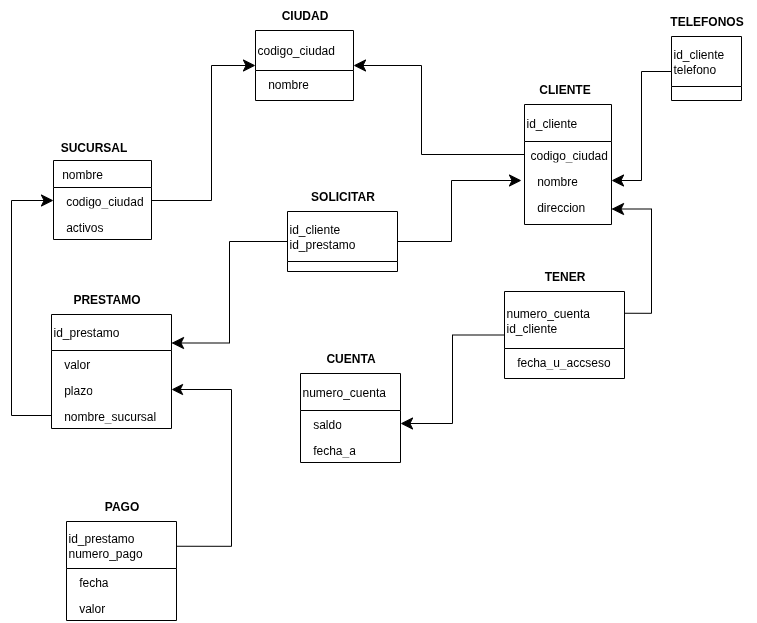
The draw.io diagram proyecto_banco/docs/diagrama_normalizado.png in XhuaShell/base_de_datos_avanzadas, before a commit. Source tidied: cells renumbered, new cells last; positions are measured from the earlier drawing's top-left corner, leaving out a move shared by most shapes. The source it was exported from:
```xml
<mxGraphModel>
  <root>
    <mxCell id="0" />
    <mxCell id="1" parent="0" />
    <mxCell id="2" value="&amp;nbsp; nombre" style="swimlane;fontStyle=0;horizontal=1;startSize=27;fillColor=none;whiteSpace=wrap;html=1;align=left;rounded=0;" parent="1" vertex="1">
      <mxGeometry x="42" y="160" width="98" height="79" as="geometry" />
    </mxCell>
    <mxCell id="3" value="&amp;nbsp; codigo_ciudad" style="text;strokeColor=none;fillColor=none;align=left;verticalAlign=top;spacingLeft=4;spacingRight=4;overflow=hidden;points=[[0,0.5],[1,0.5]];portConstraint=eastwest;whiteSpace=wrap;html=1;rounded=0;" parent="2" vertex="1">
      <mxGeometry y="27" width="98" height="26" as="geometry" />
    </mxCell>
    <mxCell id="4" value="&amp;nbsp; activos" style="text;strokeColor=none;fillColor=none;align=left;verticalAlign=top;spacingLeft=4;spacingRight=4;overflow=hidden;whiteSpace=wrap;html=1;rounded=0;" parent="2" vertex="1">
      <mxGeometry y="53" width="98" height="26" as="geometry" />
    </mxCell>
    <mxCell id="5" value="&lt;b&gt;SUCURSAL&lt;/b&gt;" style="text;html=1;align=center;verticalAlign=middle;strokeColor=none;fillColor=none;rounded=0;" parent="1" vertex="1">
      <mxGeometry x="37" y="132" width="90" height="30" as="geometry" />
    </mxCell>
    <mxCell id="6" value="id_cliente" style="swimlane;fontStyle=0;horizontal=1;startSize=37;fillColor=none;whiteSpace=wrap;html=1;align=left;rounded=0;" parent="1" vertex="1">
      <mxGeometry x="513" y="104" width="87" height="120" as="geometry" />
    </mxCell>
    <mxCell id="7" value="codigo_ciudad" style="text;strokeColor=none;fillColor=none;align=left;verticalAlign=top;spacingLeft=4;spacingRight=4;overflow=hidden;points=[[0,0.5],[1,0.5]];portConstraint=eastwest;whiteSpace=wrap;html=1;rounded=0;" parent="6" vertex="1">
      <mxGeometry y="37" width="87" height="26" as="geometry" />
    </mxCell>
    <mxCell id="8" value="&amp;nbsp; nombre" style="text;strokeColor=none;fillColor=none;align=left;verticalAlign=top;spacingLeft=4;spacingRight=4;overflow=hidden;points=[[0,0.5],[1,0.5]];portConstraint=eastwest;whiteSpace=wrap;html=1;rounded=0;" parent="6" vertex="1">
      <mxGeometry y="63" width="87" height="26" as="geometry" />
    </mxCell>
    <mxCell id="9" value="&amp;nbsp; direccion" style="text;strokeColor=none;fillColor=none;align=left;verticalAlign=top;spacingLeft=4;spacingRight=4;overflow=hidden;points=[[0,0.5],[1,0.5]];portConstraint=eastwest;whiteSpace=wrap;html=1;rounded=0;" parent="6" vertex="1">
      <mxGeometry y="89" width="87" height="31" as="geometry" />
    </mxCell>
    <mxCell id="10" value="&lt;b&gt;CLIENTE&lt;/b&gt;" style="text;html=1;align=center;verticalAlign=middle;strokeColor=none;fillColor=none;rounded=0;" parent="1" vertex="1">
      <mxGeometry x="518" y="74" width="70" height="30" as="geometry" />
    </mxCell>
    <mxCell id="11" style="edgeStyle=orthogonalEdgeStyle;jettySize=auto;html=1;elbow=vertical;arcSize=0;exitX=1;exitY=0.5;exitDx=0;exitDy=0;startArrow=none;startFill=0;endArrow=classic;endFill=1;endSize=10;" parent="1" edge="1" source="12">
      <mxGeometry relative="1" as="geometry">
        <mxPoint x="510" y="180" as="targetPoint" />
        <Array as="points">
          <mxPoint x="440" y="241" />
          <mxPoint x="440" y="180" />
        </Array>
      </mxGeometry>
    </mxCell>
    <mxCell id="12" value="&lt;div&gt;id_cliente&lt;/div&gt;id_prestamo" style="swimlane;fontStyle=0;horizontal=1;startSize=50;fillColor=none;whiteSpace=wrap;html=1;align=left;rounded=0;" parent="1" vertex="1">
      <mxGeometry x="276" y="211" width="110" height="60" as="geometry" />
    </mxCell>
    <mxCell id="13" value="&lt;b&gt;SOLICITAR&lt;/b&gt;" style="text;html=1;align=center;verticalAlign=middle;strokeColor=none;fillColor=none;rounded=0;" parent="1" vertex="1">
      <mxGeometry x="286" y="181" width="90" height="30" as="geometry" />
    </mxCell>
    <mxCell id="14" style="edgeStyle=orthogonalEdgeStyle;jettySize=auto;html=1;entryX=0;entryY=0.5;entryDx=0;entryDy=0;elbow=vertical;arcSize=0;startArrow=classic;startFill=1;startSize=10;endArrow=none;endFill=0;exitX=1;exitY=0.25;exitDx=0;exitDy=0;" parent="1" edge="1" source="15" target="12">
      <mxGeometry relative="1" as="geometry" />
    </mxCell>
    <mxCell id="15" value="id_prestamo" style="swimlane;fontStyle=0;horizontal=1;startSize=36;fillColor=none;whiteSpace=wrap;html=1;align=left;rounded=0;" parent="1" vertex="1">
      <mxGeometry x="40" y="314" width="120" height="114" as="geometry" />
    </mxCell>
    <mxCell id="16" value="&amp;nbsp; valor" style="text;strokeColor=none;fillColor=none;align=left;verticalAlign=top;spacingLeft=4;spacingRight=4;overflow=hidden;whiteSpace=wrap;html=1;rounded=0;" parent="15" vertex="1">
      <mxGeometry y="36" width="120" height="26" as="geometry" />
    </mxCell>
    <mxCell id="17" value="&amp;nbsp; plazo" style="text;strokeColor=none;fillColor=none;align=left;verticalAlign=top;spacingLeft=4;spacingRight=4;overflow=hidden;points=[[0,0.5],[1,0.5]];portConstraint=eastwest;whiteSpace=wrap;html=1;rounded=0;" parent="15" vertex="1">
      <mxGeometry y="62" width="120" height="26" as="geometry" />
    </mxCell>
    <mxCell id="18" value="&amp;nbsp; nombre_sucursal" style="text;strokeColor=none;fillColor=none;align=left;verticalAlign=top;spacingLeft=4;spacingRight=4;overflow=hidden;points=[[0,0.5],[1,0.5]];portConstraint=eastwest;whiteSpace=wrap;html=1;rounded=0;" parent="15" vertex="1">
      <mxGeometry y="88" width="120" height="26" as="geometry" />
    </mxCell>
    <mxCell id="19" value="&lt;b&gt;PRESTAMO&lt;/b&gt;" style="text;html=1;align=center;verticalAlign=middle;strokeColor=none;fillColor=none;rounded=0;" parent="1" vertex="1">
      <mxGeometry x="50" y="284" width="90" height="30" as="geometry" />
    </mxCell>
    <mxCell id="20" style="edgeStyle=orthogonalEdgeStyle;jettySize=auto;html=1;exitX=1;exitY=0.25;exitDx=0;exitDy=0;entryX=1;entryY=0.5;entryDx=0;entryDy=0;startSize=7;endSize=9;elbow=vertical;arcSize=0;" parent="1" edge="1" source="21" target="17">
      <mxGeometry relative="1" as="geometry">
        <Array as="points">
          <mxPoint x="220" y="546" />
          <mxPoint x="220" y="389" />
        </Array>
      </mxGeometry>
    </mxCell>
    <mxCell id="21" value="&lt;div&gt;id_prestamo&lt;/div&gt;&lt;div&gt;&lt;span style=&quot;background-color: transparent; color: light-dark(rgb(0, 0, 0), rgb(255, 255, 255));&quot;&gt;numero_pago&lt;/span&gt;&lt;/div&gt;" style="swimlane;fontStyle=0;horizontal=1;startSize=47;fillColor=none;whiteSpace=wrap;html=1;align=left;rounded=0;" parent="1" vertex="1">
      <mxGeometry x="55" y="521" width="110" height="99" as="geometry" />
    </mxCell>
    <mxCell id="22" value="&amp;nbsp; fecha" style="text;strokeColor=none;fillColor=none;align=left;verticalAlign=top;spacingLeft=4;spacingRight=4;overflow=hidden;whiteSpace=wrap;html=1;rounded=0;" parent="21" vertex="1">
      <mxGeometry y="47" width="110" height="26" as="geometry" />
    </mxCell>
    <mxCell id="23" value="&amp;nbsp; valor" style="text;strokeColor=none;fillColor=none;align=left;verticalAlign=top;spacingLeft=4;spacingRight=4;overflow=hidden;whiteSpace=wrap;html=1;rounded=0;" parent="21" vertex="1">
      <mxGeometry y="73" width="110" height="26" as="geometry" />
    </mxCell>
    <mxCell id="24" value="&lt;b&gt;PAGO&lt;/b&gt;" style="text;html=1;align=center;verticalAlign=middle;strokeColor=none;fillColor=none;rounded=0;" parent="1" vertex="1">
      <mxGeometry x="80" y="491" width="60" height="30" as="geometry" />
    </mxCell>
    <mxCell id="25" value="numero_cuenta" style="swimlane;fontStyle=0;horizontal=1;startSize=37;fillColor=none;whiteSpace=wrap;html=1;align=left;rounded=0;" parent="1" vertex="1">
      <mxGeometry x="289" y="373" width="100" height="89" as="geometry" />
    </mxCell>
    <mxCell id="26" value="&amp;nbsp; saldo" style="text;strokeColor=none;fillColor=none;align=left;verticalAlign=top;spacingLeft=4;spacingRight=4;overflow=hidden;points=[[0,0.5],[1,0.5]];portConstraint=eastwest;whiteSpace=wrap;html=1;rounded=0;" parent="25" vertex="1">
      <mxGeometry y="37" width="100" height="26" as="geometry" />
    </mxCell>
    <mxCell id="27" value="&amp;nbsp; fecha_a" style="text;strokeColor=none;fillColor=none;align=left;verticalAlign=top;spacingLeft=4;spacingRight=4;overflow=hidden;whiteSpace=wrap;html=1;rounded=0;" parent="25" vertex="1">
      <mxGeometry y="63" width="100" height="26" as="geometry" />
    </mxCell>
    <mxCell id="28" value="&lt;b&gt;CUENTA&lt;/b&gt;" style="text;html=1;align=center;verticalAlign=middle;strokeColor=none;fillColor=none;rounded=0;" parent="1" vertex="1">
      <mxGeometry x="304" y="343" width="70" height="30" as="geometry" />
    </mxCell>
    <mxCell id="29" style="edgeStyle=orthogonalEdgeStyle;jettySize=auto;html=1;exitX=0;exitY=0.5;exitDx=0;exitDy=0;entryX=1;entryY=0.5;entryDx=0;entryDy=0;elbow=vertical;arcSize=0;endArrow=classic;endFill=1;startArrow=none;startFill=0;startSize=10;endSize=10;" parent="1" edge="1" source="30" target="26">
      <mxGeometry relative="1" as="geometry" />
    </mxCell>
    <mxCell id="30" value="numero_cuenta&lt;div&gt;id_cliente&lt;/div&gt;" style="swimlane;fontStyle=0;horizontal=1;startSize=57;fillColor=none;whiteSpace=wrap;html=1;align=left;rounded=0;" parent="1" vertex="1">
      <mxGeometry x="493" y="291" width="120" height="87" as="geometry" />
    </mxCell>
    <mxCell id="31" value="&amp;nbsp; fecha_u_accseso" style="text;strokeColor=none;fillColor=none;align=left;verticalAlign=top;spacingLeft=4;spacingRight=4;overflow=hidden;whiteSpace=wrap;html=1;rounded=0;" parent="30" vertex="1">
      <mxGeometry y="57" width="120" height="30" as="geometry" />
    </mxCell>
    <mxCell id="32" value="&lt;b&gt;TENER&lt;/b&gt;" style="text;html=1;align=center;verticalAlign=middle;strokeColor=none;fillColor=none;rounded=0;" parent="1" vertex="1">
      <mxGeometry x="523" y="261" width="60" height="30" as="geometry" />
    </mxCell>
    <mxCell id="33" value="id_cliente&lt;div&gt;telefono&lt;/div&gt;" style="swimlane;fontStyle=0;horizontal=1;startSize=50;fillColor=none;whiteSpace=wrap;html=1;align=left;rounded=0;" parent="1" vertex="1">
      <mxGeometry x="660" y="36" width="70" height="64" as="geometry" />
    </mxCell>
    <mxCell id="34" value="&lt;b&gt;TELEFONOS&lt;/b&gt;" style="text;html=1;align=center;verticalAlign=middle;strokeColor=none;fillColor=none;rounded=0;" parent="1" vertex="1">
      <mxGeometry x="645" y="6" width="100" height="30" as="geometry" />
    </mxCell>
    <mxCell id="35" style="edgeStyle=orthogonalEdgeStyle;jettySize=auto;html=1;exitX=0;exitY=0.5;exitDx=0;exitDy=0;entryX=0;entryY=0.5;entryDx=0;entryDy=0;elbow=vertical;arcSize=0;endSize=10;" parent="1" edge="1" source="18" target="3">
      <mxGeometry relative="1" as="geometry">
        <Array as="points">
          <mxPoint y="415" />
          <mxPoint y="200" />
        </Array>
      </mxGeometry>
    </mxCell>
    <mxCell id="36" style="edgeStyle=orthogonalEdgeStyle;jettySize=auto;html=1;entryX=0;entryY=0.5;entryDx=0;entryDy=0;elbow=vertical;arcSize=0;exitX=1;exitY=0.5;exitDx=0;exitDy=0;endArrow=none;endFill=0;startArrow=classic;startFill=1;startSize=10;" parent="1" edge="1" source="8" target="33">
      <mxGeometry relative="1" as="geometry">
        <Array as="points">
          <mxPoint x="630" y="180" />
          <mxPoint x="630" y="71" />
        </Array>
      </mxGeometry>
    </mxCell>
    <mxCell id="37" style="edgeStyle=orthogonalEdgeStyle;jettySize=auto;html=1;entryX=1;entryY=0.25;entryDx=0;entryDy=0;elbow=vertical;arcSize=0;exitX=1;exitY=0.5;exitDx=0;exitDy=0;endSize=10;startArrow=classic;startFill=1;startSize=10;endArrow=none;endFill=0;" parent="1" edge="1" source="9" target="30">
      <mxGeometry relative="1" as="geometry">
        <Array as="points">
          <mxPoint x="640" y="209" />
          <mxPoint x="640" y="313" />
        </Array>
      </mxGeometry>
    </mxCell>
    <mxCell id="38" style="edgeStyle=orthogonalEdgeStyle;jettySize=auto;html=1;exitX=0;exitY=0.5;exitDx=0;exitDy=0;entryX=1;entryY=0.5;entryDx=0;entryDy=0;endArrow=none;endFill=0;startArrow=classic;startFill=1;startSize=10;arcSize=0;" parent="1" edge="1" source="40" target="3">
      <mxGeometry relative="1" as="geometry">
        <Array as="points">
          <mxPoint x="200" y="65" />
          <mxPoint x="200" y="200" />
        </Array>
      </mxGeometry>
    </mxCell>
    <mxCell id="39" style="edgeStyle=orthogonalEdgeStyle;jettySize=auto;html=1;entryX=0;entryY=0.5;entryDx=0;entryDy=0;startArrow=classic;startFill=1;startSize=10;endArrow=none;endFill=0;exitX=1;exitY=0.5;exitDx=0;exitDy=0;arcSize=0;" parent="1" edge="1" source="40" target="7">
      <mxGeometry relative="1" as="geometry">
        <Array as="points">
          <mxPoint x="410" y="65" />
          <mxPoint x="410" y="154" />
        </Array>
      </mxGeometry>
    </mxCell>
    <mxCell id="40" value="codigo_ciudad" style="swimlane;fontStyle=0;horizontal=1;startSize=40;fillColor=none;whiteSpace=wrap;html=1;align=left;rounded=0;" parent="1" vertex="1">
      <mxGeometry x="244" y="30" width="98" height="70" as="geometry" />
    </mxCell>
    <mxCell id="41" value="&amp;nbsp; nombre" style="text;strokeColor=none;fillColor=none;align=left;verticalAlign=top;spacingLeft=4;spacingRight=4;overflow=hidden;whiteSpace=wrap;html=1;rounded=0;" parent="40" vertex="1">
      <mxGeometry y="40" width="98" height="30" as="geometry" />
    </mxCell>
    <mxCell id="42" value="&lt;b&gt;CIUDAD&lt;/b&gt;" style="text;html=1;align=center;verticalAlign=middle;strokeColor=none;fillColor=none;rounded=0;" parent="1" vertex="1">
      <mxGeometry x="258" width="70" height="30" as="geometry" />
    </mxCell>
  </root>
</mxGraphModel>
```
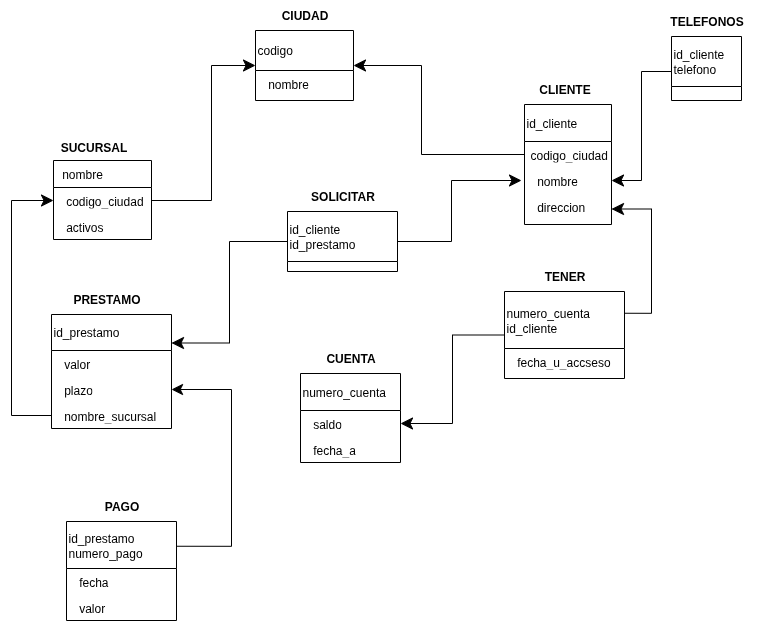
After the commit.

Commit message:
Se agregró el DDL corregido; Se corrigieron errores en el diagrama normalizado

What changed in the source:
```diff
@@ -152,7 +152,7 @@
         </Array>
       </mxGeometry>
     </mxCell>
-    <mxCell id="40" value="codigo_ciudad" style="swimlane;fontStyle=0;horizontal=1;startSize=40;fillColor=none;whiteSpace=wrap;html=1;align=left;rounded=0;" parent="1" vertex="1">
+    <mxCell id="40" value="codigo" style="swimlane;fontStyle=0;horizontal=1;startSize=40;fillColor=none;whiteSpace=wrap;html=1;align=left;rounded=0;" parent="1" vertex="1">
       <mxGeometry x="244" y="30" width="98" height="70" as="geometry" />
     </mxCell>
     <mxCell id="41" value="&amp;nbsp; nombre" style="text;strokeColor=none;fillColor=none;align=left;verticalAlign=top;spacingLeft=4;spacingRight=4;overflow=hidden;whiteSpace=wrap;html=1;rounded=0;" parent="40" vertex="1">
```
